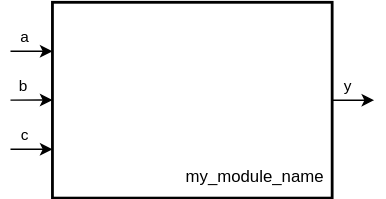
Before: Labs/01. Comb Logic/pic/module_example_2.drawio.svg, a diagram exported from draw.io (Konf/PCU-SV-new). Source tidied: cells renumbered, new cells last; positions are measured from the earlier drawing's top-left corner, leaving out a move shared by most shapes.
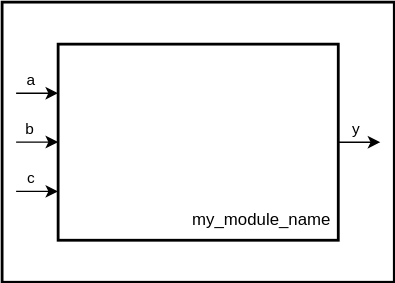
Above is the later version.

Change to the diagram source:
```diff
@@ -2,52 +2,55 @@
   <root>
     <mxCell id="0" />
     <mxCell id="1" parent="0" />
+    <mxCell id="12" style="rounded=0;whiteSpace=wrap;html=1;strokeWidth=2;fillColor=#FFFFFF;" parent="1" vertex="1">
+      <mxGeometry x="-10" y="-30" width="280" height="200" as="geometry" />
+    </mxCell>
-    <mxCell id="2" style="edgeStyle=orthogonalEdgeStyle;rounded=0;orthogonalLoop=1;jettySize=auto;html=1;exitX=0;exitY=0.5;exitDx=0;exitDy=0;entryX=0;entryY=0.5;entryDx=0;entryDy=0;" parent="1" edge="1">
+    <mxCell id="2" style="edgeStyle=orthogonalEdgeStyle;rounded=0;orthogonalLoop=1;jettySize=auto;html=1;exitX=0;exitY=0.5;exitDx=0;exitDy=0;entryX=0;entryY=0.5;entryDx=0;entryDy=0;strokeColor=#000000;" parent="1" edge="1">
       <mxGeometry relative="1" as="geometry">
         <mxPoint y="69.9" as="sourcePoint" />
         <mxPoint x="30" y="70.1" as="targetPoint" />
       </mxGeometry>
     </mxCell>
-    <mxCell id="3" value="b" style="edgeLabel;html=1;align=center;verticalAlign=middle;" parent="2" vertex="1">
+    <mxCell id="3" value="b" style="edgeLabel;html=1;align=center;verticalAlign=middle;labelBackgroundColor=none;fontColor=#000000;" parent="2" vertex="1">
       <mxGeometry x="-0.4" relative="1" as="geometry">
         <mxPoint y="-10" as="offset" />
       </mxGeometry>
     </mxCell>
-    <mxCell id="4" style="edgeStyle=orthogonalEdgeStyle;rounded=0;jettySize=auto;html=1;exitX=0;exitY=0.75;exitDx=0;exitDy=0;entryX=0;entryY=0.75;entryDx=0;entryDy=0;" parent="1" edge="1" target="8">
+    <mxCell id="4" style="edgeStyle=orthogonalEdgeStyle;rounded=0;jettySize=auto;html=1;exitX=0;exitY=0.75;exitDx=0;exitDy=0;entryX=0;entryY=0.75;entryDx=0;entryDy=0;strokeColor=#000000;" parent="1" edge="1" target="8">
       <mxGeometry relative="1" as="geometry">
         <mxPoint y="105.1" as="sourcePoint" />
       </mxGeometry>
     </mxCell>
-    <mxCell id="5" value="c" style="edgeLabel;html=1;align=center;verticalAlign=middle;" parent="4" vertex="1">
+    <mxCell id="5" value="c" style="edgeLabel;html=1;align=center;verticalAlign=middle;labelBackgroundColor=none;fontColor=#000000;" parent="4" vertex="1">
       <mxGeometry x="-0.3" relative="1" as="geometry">
         <mxPoint x="-1" y="-10" as="offset" />
       </mxGeometry>
     </mxCell>
-    <mxCell id="6" style="edgeStyle=orthogonalEdgeStyle;rounded=0;jettySize=auto;html=1;exitX=1;exitY=0.5;exitDx=0;exitDy=0;" parent="1" edge="1" source="8">
+    <mxCell id="6" style="edgeStyle=orthogonalEdgeStyle;rounded=0;jettySize=auto;html=1;exitX=1;exitY=0.5;exitDx=0;exitDy=0;strokeColor=#000000;" parent="1" edge="1" source="8">
       <mxGeometry relative="1" as="geometry">
         <mxPoint x="260" y="69.9" as="targetPoint" />
       </mxGeometry>
     </mxCell>
-    <mxCell id="7" value="y" style="edgeLabel;html=1;align=center;verticalAlign=middle;" parent="6" vertex="1">
+    <mxCell id="7" value="y" style="edgeLabel;html=1;align=center;verticalAlign=middle;labelBackgroundColor=none;fontColor=#000000;" parent="6" vertex="1">
       <mxGeometry x="-0.26" relative="1" as="geometry">
         <mxPoint y="-10" as="offset" />
       </mxGeometry>
     </mxCell>
-    <mxCell id="8" style="rounded=0;whiteSpace=wrap;html=1;strokeWidth=2;" parent="1" vertex="1">
+    <mxCell id="8" style="rounded=0;whiteSpace=wrap;html=1;strokeWidth=2;strokeColor=#000000;fillColor=#FFFFFF;" parent="1" vertex="1">
       <mxGeometry x="30" width="200" height="140" as="geometry" />
     </mxCell>
-    <mxCell id="9" value="my_module_name" style="text;html=1;strokeColor=none;fillColor=none;align=center;verticalAlign=middle;whiteSpace=wrap;rounded=0;" parent="1" vertex="1">
-      <mxGeometry x="120" y="110" width="110" height="30" as="geometry" />
-    </mxCell>
-    <mxCell id="10" style="endArrow=classic;html=1;rounded=0;entryX=0;entryY=0.25;entryDx=0;entryDy=0;" parent="1" edge="1" target="8">
+    <mxCell id="10" style="endArrow=classic;html=1;rounded=0;entryX=0;entryY=0.25;entryDx=0;entryDy=0;fontColor=default;strokeColor=#000000;labelBackgroundColor=none;" parent="1" edge="1" target="8">
       <mxGeometry relative="1" as="geometry">
         <mxPoint y="35" as="sourcePoint" />
       </mxGeometry>
     </mxCell>
-    <mxCell id="11" value="a" style="edgeLabel;html=1;align=center;verticalAlign=middle;" parent="10" vertex="1">
+    <mxCell id="11" value="&lt;span&gt;a&lt;/span&gt;" style="edgeLabel;html=1;align=center;verticalAlign=middle;fontColor=#000000;labelBackgroundColor=#FFFFFF;" parent="10" vertex="1">
       <mxGeometry x="-0.4" y="-1" relative="1" as="geometry">
         <mxPoint x="1" y="-11" as="offset" />
       </mxGeometry>
     </mxCell>
+    <mxCell id="9" value="&lt;font style=&quot;color: rgb(0, 0, 0);&quot;&gt;my_module_name&lt;/font&gt;" style="text;html=1;strokeColor=none;fillColor=none;align=center;verticalAlign=middle;whiteSpace=wrap;rounded=0;" parent="1" vertex="1">
+      <mxGeometry x="120" y="110" width="110" height="30" as="geometry" />
+    </mxCell>
   </root>
 </mxGraphModel>
```
